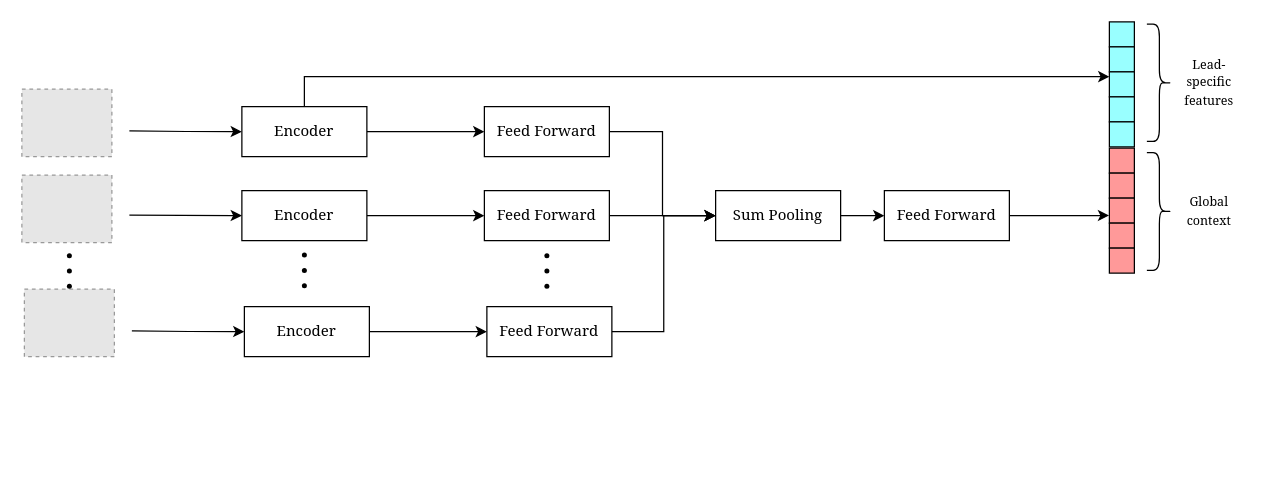
Earlier version of the draw.io diagram page "Page-3" (3 of 7) of reports/figures/overview.drawio (Nateml/bachelors_thesis). Source tidied: cells renumbered, new cells numbered last; positions are measured from the earlier drawing's top-left corner, leaving out a move shared by most shapes. Both pictures are drawn from the tidied source at 125%, with x=0, y=0 at pixel (21, 21). Pictures stored in the file or linked from it are replaced by grey dashed boxes.
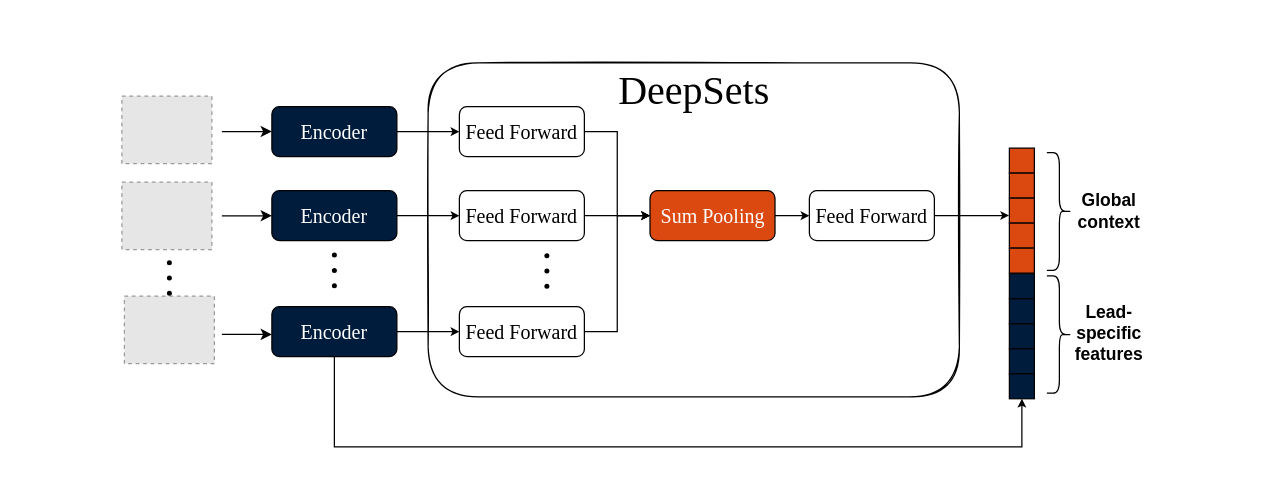
Above is the later version.

Change to the diagram source:
```diff
@@
+    <mxCell id="48" style="rounded=1;whiteSpace=wrap;html=1;strokeWidth=1;fillWeight=6;hachureGap=8;hachureAngle=45;fillColor=#FFFFFF;shadow=0;sketch=1;curveFitting=1;jiggle=0.5;" parent="1" vertex="1">
+      <mxGeometry x="325" y="32.8" width="425" height="267.2" as="geometry" />
+    </mxCell>
-    <mxCell id="2" style="edgeStyle=orthogonalEdgeStyle;rounded=0;jettySize=auto;html=1;entryX=0;entryY=0.5;entryDx=0;entryDy=0;" parent="1" edge="1" source="4" target="22">
+    <mxCell id="2" style="edgeStyle=orthogonalEdgeStyle;rounded=0;jettySize=auto;html=1;entryX=0;entryY=0.5;entryDx=0;entryDy=0;endSize=4;" parent="1" edge="1" source="4" target="22">
       <mxGeometry relative="1" as="geometry" />
     </mxCell>
-    <mxCell id="3" style="edgeStyle=orthogonalEdgeStyle;rounded=0;jettySize=auto;html=1;" parent="1" edge="1" source="4">
-      <mxGeometry relative="1" as="geometry">
-        <mxPoint x="870" y="43.8" as="targetPoint" />
-        <Array as="points">
-          <mxPoint x="226" y="43.8" />
-          <mxPoint x="870" y="43.8" />
-        </Array>
-      </mxGeometry>
-    </mxCell>
-    <mxCell id="4" value="&lt;font face=&quot;Georgia&quot;&gt;Encoder&lt;/font&gt;" style="rounded=0;whiteSpace=wrap;html=1;" parent="1" vertex="1">
-      <mxGeometry x="176" y="67.8" width="100" height="40" as="geometry" />
+    <mxCell id="4" value="&lt;font face=&quot;Times New Roman&quot; style=&quot;color: rgb(255, 255, 255); font-size: 16px;&quot;&gt;Encoder&lt;/font&gt;" style="rounded=1;whiteSpace=wrap;html=1;fillColor=#001C3D;" parent="1" vertex="1">
+      <mxGeometry x="200" y="67.8" width="100" height="40" as="geometry" />
     </mxCell>
-    <mxCell id="5" style="edgeStyle=orthogonalEdgeStyle;rounded=0;jettySize=auto;html=1;entryX=0;entryY=0.5;entryDx=0;entryDy=0;" parent="1" edge="1" source="6" target="24">
+    <mxCell id="5" style="edgeStyle=orthogonalEdgeStyle;rounded=0;jettySize=auto;html=1;entryX=0;entryY=0.5;entryDx=0;entryDy=0;endSize=4;" parent="1" edge="1" source="6" target="24">
       <mxGeometry relative="1" as="geometry" />
     </mxCell>
-    <mxCell id="6" value="&lt;font face=&quot;Georgia&quot;&gt;Encoder&lt;/font&gt;" style="rounded=0;whiteSpace=wrap;html=1;" parent="1" vertex="1">
-      <mxGeometry x="176" y="135" width="100" height="40" as="geometry" />
+    <mxCell id="6" value="&lt;font face=&quot;Times New Roman&quot; style=&quot;color: rgb(255, 255, 255); font-size: 16px;&quot;&gt;Encoder&lt;/font&gt;" style="rounded=1;whiteSpace=wrap;html=1;fillColor=#001C3D;" parent="1" vertex="1">
+      <mxGeometry x="200" y="135" width="100" height="40" as="geometry" />
     </mxCell>
-    <mxCell id="7" style="edgeStyle=orthogonalEdgeStyle;rounded=0;jettySize=auto;html=1;entryX=0;entryY=0.5;entryDx=0;entryDy=0;" parent="1" edge="1" source="8" target="33">
+    <mxCell id="7" style="edgeStyle=orthogonalEdgeStyle;rounded=0;jettySize=auto;html=1;entryX=0;entryY=0.5;entryDx=0;entryDy=0;endSize=4;" parent="1" edge="1" source="8" target="33">
       <mxGeometry relative="1" as="geometry" />
     </mxCell>
+    <mxCell id="49" style="edgeStyle=orthogonalEdgeStyle;rounded=0;jettySize=auto;html=1;entryX=0.5;entryY=1;entryDx=0;entryDy=0;endSize=4;exitX=0.5;exitY=1;exitDx=0;exitDy=0;" parent="1" edge="1" source="8" target="38">
+      <mxGeometry relative="1" as="geometry">
+        <Array as="points">
+          <mxPoint x="250" y="340" />
+          <mxPoint x="800" y="340" />
+        </Array>
+      </mxGeometry>
+    </mxCell>
-    <mxCell id="8" value="&lt;font face=&quot;Georgia&quot;&gt;Encoder&lt;/font&gt;" style="rounded=0;whiteSpace=wrap;html=1;" parent="1" vertex="1">
-      <mxGeometry x="178" y="227.8" width="100" height="40" as="geometry" />
+    <mxCell id="8" value="&lt;font face=&quot;Times New Roman&quot; style=&quot;color: rgb(255, 255, 255); font-size: 16px;&quot;&gt;Encoder&lt;/font&gt;" style="rounded=1;whiteSpace=wrap;html=1;fillColor=#001C3D;" parent="1" vertex="1">
+      <mxGeometry x="200" y="227.8" width="100" height="40" as="geometry" />
     </mxCell>
-    <mxCell id="9" style="edgeStyle=orthogonalEdgeStyle;rounded=0;jettySize=auto;html=1;entryX=0;entryY=0.5;entryDx=0;entryDy=0;" parent="1" edge="1" target="8">
-      <mxGeometry relative="1" as="geometry">
-        <mxPoint x="88" y="247.2" as="sourcePoint" />
-      </mxGeometry>
-    </mxCell>
     <mxCell id="10" style="fillColor=#E6E6E6;strokeColor=#999999;dashed=1;verticalLabelPosition=bottom;verticalAlign=top;" parent="1" vertex="1">
-      <mxGeometry x="2" y="213.8" width="72" height="54" as="geometry" />
+      <mxGeometry x="82" y="219.4" width="72" height="54" as="geometry" />
     </mxCell>
-    <mxCell id="11" style="edgeStyle=orthogonalEdgeStyle;rounded=0;jettySize=auto;html=1;entryX=0;entryY=0.5;entryDx=0;entryDy=0;" parent="1" edge="1" target="6">
-      <mxGeometry relative="1" as="geometry">
-        <mxPoint x="86" y="154.5" as="sourcePoint" />
-      </mxGeometry>
-    </mxCell>
     <mxCell id="12" style="fillColor=#E6E6E6;strokeColor=#999999;dashed=1;verticalLabelPosition=bottom;verticalAlign=top;" parent="1" vertex="1">
-      <mxGeometry y="122.5" width="72" height="54" as="geometry" />
+      <mxGeometry x="80" y="128.1" width="72" height="54" as="geometry" />
     </mxCell>
-    <mxCell id="13" style="edgeStyle=orthogonalEdgeStyle;rounded=0;jettySize=auto;html=1;entryX=0;entryY=0.5;entryDx=0;entryDy=0;" parent="1" edge="1" target="4">
-      <mxGeometry relative="1" as="geometry">
-        <mxPoint x="86" y="87.2" as="sourcePoint" />
-      </mxGeometry>
-    </mxCell>
+    <mxCell id="50" style="edgeStyle=orthogonalEdgeStyle;rounded=0;orthogonalLoop=1;jettySize=auto;html=1;" parent="1" edge="1">
+      <mxGeometry relative="1" as="geometry">
+        <mxPoint x="160" y="87.7" as="sourcePoint" />
+        <mxPoint x="200" y="87.7" as="targetPoint" />
+        <Array as="points">
+          <mxPoint x="160" y="87.7" />
+        </Array>
+      </mxGeometry>
+    </mxCell>
     <mxCell id="14" style="fillColor=#E6E6E6;strokeColor=#999999;dashed=1;verticalLabelPosition=bottom;verticalAlign=top;" parent="1" vertex="1">
-      <mxGeometry y="53.8" width="72" height="54" as="geometry" />
+      <mxGeometry x="80" y="59.4" width="72" height="54" as="geometry" />
     </mxCell>
     <mxCell id="15" style="shape=waypoint;sketch=0;fillStyle=solid;size=4;fillColor=none;perimeter=centerPerimeter;" parent="1" vertex="1">
-      <mxGeometry x="216" y="176.5" width="20" height="20" as="geometry" />
+      <mxGeometry x="240" y="176.5" width="20" height="20" as="geometry" />
     </mxCell>
     <mxCell id="16" style="shape=waypoint;sketch=0;fillStyle=solid;size=4;fillColor=none;perimeter=centerPerimeter;" parent="1" vertex="1">
-      <mxGeometry x="216" y="188.8" width="20" height="20" as="geometry" />
+      <mxGeometry x="240" y="188.8" width="20" height="20" as="geometry" />
     </mxCell>
     <mxCell id="17" style="shape=waypoint;sketch=0;fillStyle=solid;size=4;fillColor=none;perimeter=centerPerimeter;" parent="1" vertex="1">
-      <mxGeometry x="216" y="201" width="20" height="20" as="geometry" />
+      <mxGeometry x="240" y="201" width="20" height="20" as="geometry" />
     </mxCell>
     <mxCell id="18" style="shape=waypoint;sketch=0;fillStyle=solid;size=4;fillColor=none;perimeter=centerPerimeter;" parent="1" vertex="1">
-      <mxGeometry x="28" y="177" width="20" height="20" as="geometry" />
+      <mxGeometry x="108" y="182.6" width="20" height="20" as="geometry" />
     </mxCell>
     <mxCell id="19" style="shape=waypoint;sketch=0;fillStyle=solid;size=4;fillColor=none;perimeter=centerPerimeter;" parent="1" vertex="1">
-      <mxGeometry x="28" y="189.2" width="20" height="20" as="geometry" />
+      <mxGeometry x="108" y="194.9" width="20" height="20" as="geometry" />
     </mxCell>
     <mxCell id="20" style="shape=waypoint;sketch=0;fillStyle=solid;size=4;fillColor=none;perimeter=centerPerimeter;" parent="1" vertex="1">
-      <mxGeometry x="28" y="201.5" width="20" height="20" as="geometry" />
+      <mxGeometry x="108" y="207.1" width="20" height="20" as="geometry" />
     </mxCell>
-    <mxCell id="21" style="edgeStyle=orthogonalEdgeStyle;rounded=0;jettySize=auto;html=1;entryX=0;entryY=0.5;entryDx=0;entryDy=0;" parent="1" edge="1" source="22" target="26">
+    <mxCell id="21" style="edgeStyle=orthogonalEdgeStyle;rounded=0;jettySize=auto;html=1;entryX=0;entryY=0.5;entryDx=0;entryDy=0;endSize=4;" parent="1" edge="1" source="22" target="26">
       <mxGeometry relative="1" as="geometry" />
     </mxCell>
-    <mxCell id="22" value="&lt;font face=&quot;Georgia&quot;&gt;Feed Forward&lt;/font&gt;" style="rounded=0;whiteSpace=wrap;html=1;" parent="1" vertex="1">
-      <mxGeometry x="370" y="67.8" width="100" height="40" as="geometry" />
+    <mxCell id="22" value="&lt;font face=&quot;Times New Roman&quot; style=&quot;color: rgb(0, 0, 0); font-size: 16px;&quot;&gt;Feed Forward&lt;/font&gt;" style="rounded=1;whiteSpace=wrap;html=1;fillColor=#FFFFFF;" parent="1" vertex="1">
+      <mxGeometry x="350" y="67.8" width="100" height="40" as="geometry" />
     </mxCell>
-    <mxCell id="23" style="edgeStyle=orthogonalEdgeStyle;rounded=0;jettySize=auto;html=1;entryX=0;entryY=0.5;entryDx=0;entryDy=0;" parent="1" edge="1" source="24" target="26">
+    <mxCell id="23" style="edgeStyle=orthogonalEdgeStyle;rounded=0;jettySize=auto;html=1;entryX=0;entryY=0.5;entryDx=0;entryDy=0;endSize=4;" parent="1" edge="1" source="24" target="26">
       <mxGeometry relative="1" as="geometry" />
     </mxCell>
-    <mxCell id="24" value="&lt;font face=&quot;Georgia&quot;&gt;Feed Forward&lt;/font&gt;" style="rounded=0;whiteSpace=wrap;html=1;" parent="1" vertex="1">
-      <mxGeometry x="370" y="135" width="100" height="40" as="geometry" />
+    <mxCell id="24" value="&lt;font face=&quot;Times New Roman&quot; style=&quot;font-size: 16px;&quot;&gt;Feed Forward&lt;/font&gt;" style="rounded=1;whiteSpace=wrap;html=1;fillColor=#FFFFFF;" parent="1" vertex="1">
+      <mxGeometry x="350" y="135" width="100" height="40" as="geometry" />
     </mxCell>
-    <mxCell id="25" style="edgeStyle=orthogonalEdgeStyle;rounded=0;jettySize=auto;html=1;entryX=0;entryY=0.5;entryDx=0;entryDy=0;" parent="1" edge="1" source="26" target="28">
+    <mxCell id="25" style="edgeStyle=orthogonalEdgeStyle;rounded=0;jettySize=auto;html=1;entryX=0;entryY=0.5;entryDx=0;entryDy=0;endSize=4;" parent="1" edge="1" source="26" target="28">
       <mxGeometry relative="1" as="geometry" />
     </mxCell>
-    <mxCell id="26" value="&lt;font face=&quot;Georgia&quot;&gt;Sum Pooling&lt;/font&gt;" style="rounded=0;whiteSpace=wrap;html=1;" parent="1" vertex="1">
-      <mxGeometry x="555" y="135" width="100" height="40" as="geometry" />
+    <mxCell id="26" value="&lt;font face=&quot;Times New Roman&quot; style=&quot;color: rgb(255, 255, 255); font-size: 16px;&quot;&gt;Sum Pooling&lt;/font&gt;" style="rounded=1;whiteSpace=wrap;html=1;fillColor=#DB4910;" parent="1" vertex="1">
+      <mxGeometry x="502.5" y="135" width="100" height="40" as="geometry" />
     </mxCell>
-    <mxCell id="27" style="edgeStyle=orthogonalEdgeStyle;rounded=0;jettySize=auto;html=1;entryX=-0.012;entryY=0.697;entryDx=0;entryDy=0;entryPerimeter=0;" parent="1" edge="1" source="28" target="41">
+    <mxCell id="27" style="edgeStyle=orthogonalEdgeStyle;rounded=0;jettySize=auto;html=1;entryX=-0.012;entryY=0.697;entryDx=0;entryDy=0;entryPerimeter=0;endSize=4;" parent="1" edge="1" source="28" target="41">
       <mxGeometry relative="1" as="geometry" />
     </mxCell>
-    <mxCell id="28" value="&lt;font face=&quot;Georgia&quot;&gt;Feed Forward&lt;/font&gt;" style="rounded=0;whiteSpace=wrap;html=1;" parent="1" vertex="1">
-      <mxGeometry x="690" y="135" width="100" height="40" as="geometry" />
+    <mxCell id="28" value="&lt;font face=&quot;Times New Roman&quot; style=&quot;color: rgb(0, 0, 0); font-size: 16px;&quot;&gt;Feed Forward&lt;/font&gt;" style="rounded=1;whiteSpace=wrap;html=1;fillColor=#FFFFFF;" parent="1" vertex="1">
+      <mxGeometry x="630" y="135" width="100" height="40" as="geometry" />
     </mxCell>
@@
-    <mxCell id="32" style="edgeStyle=orthogonalEdgeStyle;rounded=0;jettySize=auto;html=1;entryX=0;entryY=0.5;entryDx=0;entryDy=0;" parent="1" edge="1" source="33" target="26">
+    <mxCell id="32" style="edgeStyle=orthogonalEdgeStyle;rounded=0;jettySize=auto;html=1;entryX=0;entryY=0.5;entryDx=0;entryDy=0;endSize=4;" parent="1" edge="1" source="33" target="26">
       <mxGeometry relative="1" as="geometry" />
     </mxCell>
-    <mxCell id="33" value="&lt;font face=&quot;Georgia&quot;&gt;Feed Forward&lt;/font&gt;" style="rounded=0;whiteSpace=wrap;html=1;" parent="1" vertex="1">
-      <mxGeometry x="372" y="227.8" width="100" height="40" as="geometry" />
+    <mxCell id="33" value="&lt;font face=&quot;Times New Roman&quot; style=&quot;font-size: 16px;&quot;&gt;Feed Forward&lt;/font&gt;" style="rounded=1;whiteSpace=wrap;html=1;fillColor=#FFFFFF;" parent="1" vertex="1">
+      <mxGeometry x="350" y="227.8" width="100" height="40" as="geometry" />
     </mxCell>
-    <mxCell id="34" style="whiteSpace=wrap;html=1;fillColor=#99FFFF;" parent="1" vertex="1">
-      <mxGeometry x="870" width="20" height="20" as="geometry" />
+    <mxCell id="34" style="whiteSpace=wrap;html=1;fillColor=#001C3D;" parent="1" vertex="1">
+      <mxGeometry x="790" y="201.5" width="20" height="20" as="geometry" />
     </mxCell>
-    <mxCell id="35" style="whiteSpace=wrap;html=1;fillColor=#99FFFF;" parent="1" vertex="1">
-      <mxGeometry x="870" y="20" width="20" height="20" as="geometry" />
+    <mxCell id="35" style="whiteSpace=wrap;html=1;fillColor=#001C3D;" parent="1" vertex="1">
+      <mxGeometry x="790" y="221.5" width="20" height="20" as="geometry" />
     </mxCell>
-    <mxCell id="36" style="whiteSpace=wrap;html=1;fillColor=#99FFFF;" parent="1" vertex="1">
-      <mxGeometry x="870" y="40" width="20" height="20" as="geometry" />
+    <mxCell id="36" style="whiteSpace=wrap;html=1;fillColor=#001C3D;" parent="1" vertex="1">
+      <mxGeometry x="790" y="241.5" width="20" height="20" as="geometry" />
     </mxCell>
-    <mxCell id="37" style="whiteSpace=wrap;html=1;fillColor=#99FFFF;" parent="1" vertex="1">
-      <mxGeometry x="870" y="60" width="20" height="20" as="geometry" />
+    <mxCell id="37" style="whiteSpace=wrap;html=1;fillColor=#001C3D;" parent="1" vertex="1">
+      <mxGeometry x="790" y="261.5" width="20" height="20" as="geometry" />
     </mxCell>
-    <mxCell id="38" style="whiteSpace=wrap;html=1;fillColor=#99FFFF;" parent="1" vertex="1">
-      <mxGeometry x="870" y="80" width="20" height="20" as="geometry" />
+    <mxCell id="38" style="whiteSpace=wrap;html=1;fillColor=#001C3D;" parent="1" vertex="1">
+      <mxGeometry x="790" y="281.5" width="20" height="20" as="geometry" />
     </mxCell>
-    <mxCell id="39" style="whiteSpace=wrap;html=1;fillColor=#FF9999;" parent="1" vertex="1">
-      <mxGeometry x="870" y="101" width="20" height="20" as="geometry" />
+    <mxCell id="39" style="whiteSpace=wrap;html=1;fillColor=#DB4910;" parent="1" vertex="1">
+      <mxGeometry x="790" y="101" width="20" height="20" as="geometry" />
     </mxCell>
-    <mxCell id="40" style="whiteSpace=wrap;html=1;fillColor=#FF9999;" parent="1" vertex="1">
-      <mxGeometry x="870" y="121" width="20" height="20" as="geometry" />
+    <mxCell id="40" style="whiteSpace=wrap;html=1;fillColor=#DB4910;" parent="1" vertex="1">
+      <mxGeometry x="790" y="121" width="20" height="20" as="geometry" />
     </mxCell>
-    <mxCell id="41" style="whiteSpace=wrap;html=1;fillColor=#FF9999;" parent="1" vertex="1">
-      <mxGeometry x="870" y="141" width="20" height="20" as="geometry" />
+    <mxCell id="41" style="whiteSpace=wrap;html=1;fillColor=#DB4910;" parent="1" vertex="1">
+      <mxGeometry x="790" y="141" width="20" height="20" as="geometry" />
     </mxCell>
-    <mxCell id="42" style="whiteSpace=wrap;html=1;fillColor=#FF9999;" parent="1" vertex="1">
-      <mxGeometry x="870" y="161" width="20" height="20" as="geometry" />
+    <mxCell id="42" style="whiteSpace=wrap;html=1;fillColor=#DB4910;" parent="1" vertex="1">
+      <mxGeometry x="790" y="161" width="20" height="20" as="geometry" />
     </mxCell>
-    <mxCell id="43" style="whiteSpace=wrap;html=1;fillColor=#FF9999;" parent="1" vertex="1">
-      <mxGeometry x="870" y="181" width="20" height="20" as="geometry" />
+    <mxCell id="43" style="whiteSpace=wrap;html=1;fillColor=#DB4910;" parent="1" vertex="1">
+      <mxGeometry x="790" y="181" width="20" height="20" as="geometry" />
     </mxCell>
     <mxCell id="44" style="shape=curlyBracket;whiteSpace=wrap;html=1;rounded=1;flipH=1;labelPosition=right;verticalLabelPosition=middle;align=left;verticalAlign=middle;size=0.5;" parent="1" vertex="1">
-      <mxGeometry x="900" y="104.5" width="20" height="94.2" as="geometry" />
+      <mxGeometry x="820" y="104.5" width="20" height="94.2" as="geometry" />
     </mxCell>
-    <mxCell id="45" value="&lt;font style=&quot;font-size: 10px;&quot; face=&quot;Georgia&quot;&gt;Global context&lt;/font&gt;" style="text;html=1;align=center;verticalAlign=middle;whiteSpace=wrap;rounded=0;" parent="1" vertex="1">
-      <mxGeometry x="920" y="136" width="60" height="30" as="geometry" />
+    <mxCell id="45" value="&lt;font face=&quot;CMU Bright&quot; style=&quot;font-size: 14px;&quot;&gt;&lt;b style=&quot;&quot;&gt;Global context&lt;/b&gt;&lt;/font&gt;" style="text;html=1;align=center;verticalAlign=middle;whiteSpace=wrap;rounded=0;" parent="1" vertex="1">
+      <mxGeometry x="840" y="136" width="60" height="30" as="geometry" />
     </mxCell>
     <mxCell id="46" style="shape=curlyBracket;whiteSpace=wrap;html=1;rounded=1;flipH=1;labelPosition=right;verticalLabelPosition=middle;align=left;verticalAlign=middle;size=0.5;" parent="1" vertex="1">
-      <mxGeometry x="900" y="1.8" width="20" height="93.8" as="geometry" />
+      <mxGeometry x="820" y="203.2" width="20" height="93.8" as="geometry" />
     </mxCell>
-    <mxCell id="47" value="&lt;font face=&quot;Georgia&quot;&gt;&lt;span style=&quot;font-size: 10px;&quot;&gt;Lead-specific features&lt;/span&gt;&lt;/font&gt;" style="text;html=1;align=center;verticalAlign=middle;whiteSpace=wrap;rounded=0;" parent="1" vertex="1">
-      <mxGeometry x="920" y="32.8" width="60" height="30" as="geometry" />
+    <mxCell id="47" value="&lt;font style=&quot;font-size: 14px;&quot; face=&quot;CMU Bright&quot;&gt;&lt;b style=&quot;&quot;&gt;Lead-specific features&lt;/b&gt;&lt;/font&gt;" style="text;html=1;align=center;verticalAlign=middle;whiteSpace=wrap;rounded=0;" parent="1" vertex="1">
+      <mxGeometry x="840" y="234.2" width="60" height="30" as="geometry" />
     </mxCell>
+    <mxCell id="51" value="&lt;font face=&quot;Times New Roman&quot; style=&quot;font-size: 32px;&quot;&gt;DeepSets&lt;/font&gt;" style="text;html=1;align=center;verticalAlign=middle;whiteSpace=wrap;rounded=0;" parent="1" vertex="1">
+      <mxGeometry x="507.5" y="40" width="60" height="30" as="geometry" />
+    </mxCell>
+    <mxCell id="52" style="edgeStyle=orthogonalEdgeStyle;rounded=0;orthogonalLoop=1;jettySize=auto;html=1;" parent="1" edge="1">
+      <mxGeometry relative="1" as="geometry">
+        <mxPoint x="160" y="155.1" as="sourcePoint" />
+        <mxPoint x="200" y="155.1" as="targetPoint" />
+        <Array as="points">
+          <mxPoint x="160" y="155.1" />
+        </Array>
+      </mxGeometry>
+    </mxCell>
+    <mxCell id="53" style="edgeStyle=orthogonalEdgeStyle;rounded=0;orthogonalLoop=1;jettySize=auto;html=1;" parent="1" edge="1">
+      <mxGeometry relative="1" as="geometry">
+        <mxPoint x="160" y="250" as="sourcePoint" />
+        <mxPoint x="200" y="250" as="targetPoint" />
+        <Array as="points">
+          <mxPoint x="160" y="250" />
+        </Array>
+      </mxGeometry>
+    </mxCell>
```
